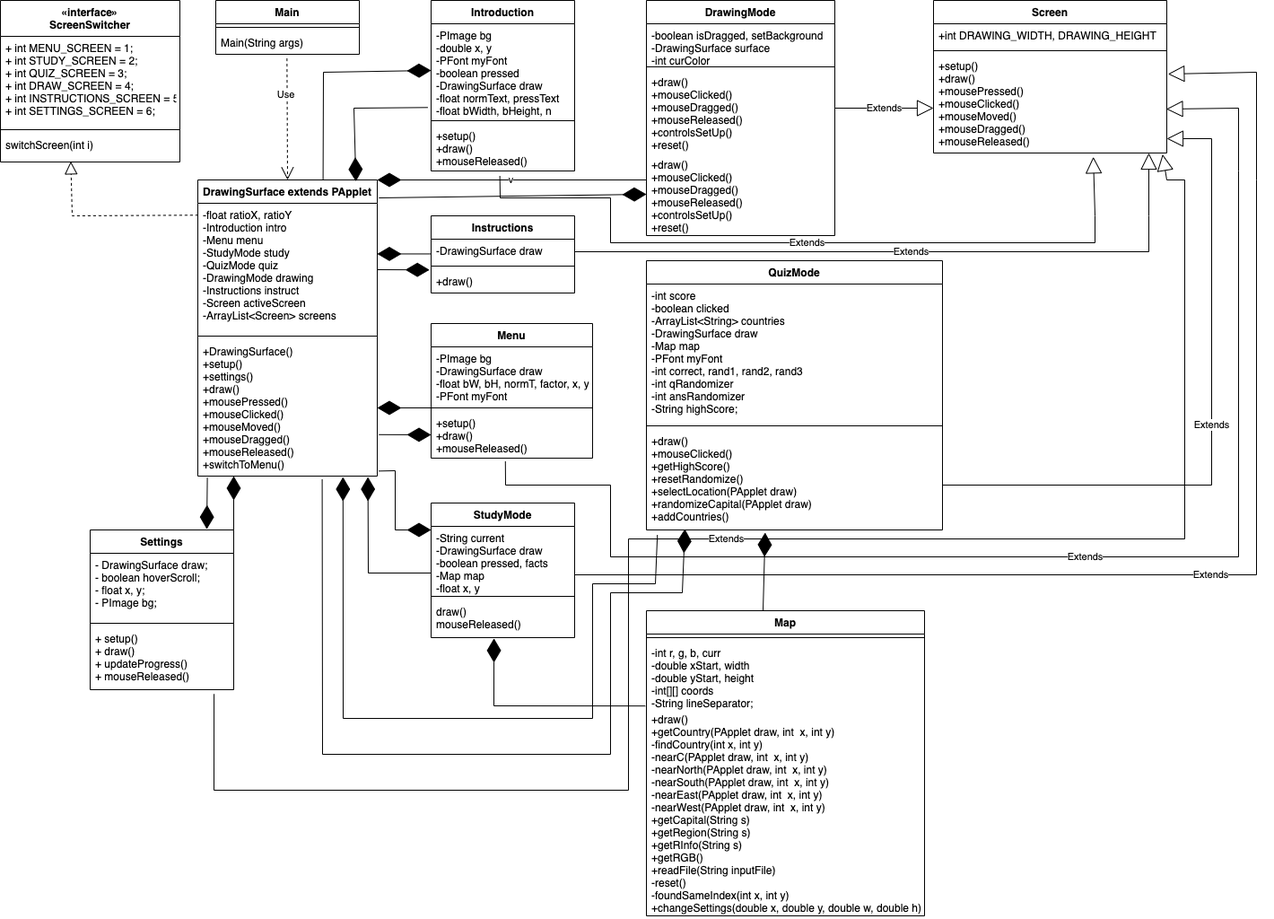
Before: CapstoneProject/doc/UML.png, a diagram exported from draw.io (HHSAPCompSci2021/capstoneproject-capstone-diya-onuva-aarushi-atlas). Source tidied: cells renumbered, new cells last; positions are measured from the earlier drawing's top-left corner, leaving out a move shared by most shapes.
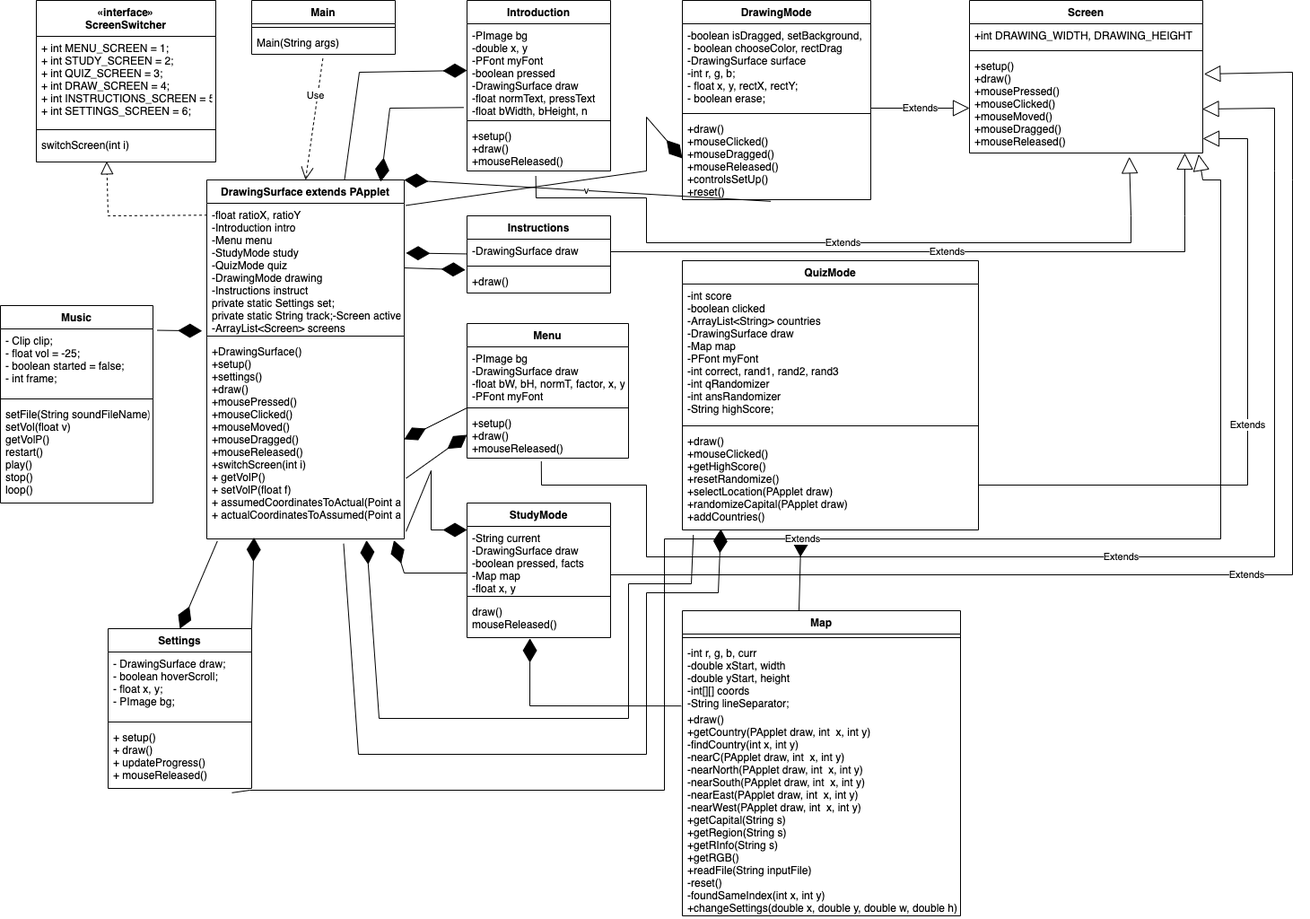
The same diagram one commit later.

The edit, as a diff of the source:
```diff
@@ -12,16 +12,16 @@
       <mxGeometry y="34" width="160" height="26" as="geometry" />
     </mxCell>
     <mxCell id="5" value="DrawingSurface extends PApplet" style="swimlane;fontStyle=1;align=center;verticalAlign=top;horizontal=1;startSize=26;" parent="1" vertex="1">
-      <mxGeometry x="220" y="200" width="200" height="330" as="geometry" />
+      <mxGeometry x="190" y="200" width="220" height="400" as="geometry" />
     </mxCell>
-    <mxCell id="6" value="-float ratioX, ratioY&#10;-Introduction intro&#10;-Menu menu&#10;-StudyMode study&#10;-QuizMode quiz&#10;-DrawingMode drawing&#10;-Instructions instruct&#10;-Screen activeScreen&#10;-ArrayList&lt;Screen&gt; screens" style="text;strokeColor=none;fillColor=none;align=left;verticalAlign=top;spacingLeft=4;spacingRight=4;overflow=hidden;points=[[0,0.5],[1,0.5]];portConstraint=eastwest;fontStyle=0;" parent="5" vertex="1">
-      <mxGeometry y="26" width="200" height="144" as="geometry" />
+    <mxCell id="6" value="-float ratioX, ratioY&#10;-Introduction intro&#10;-Menu menu&#10;-StudyMode study&#10;-QuizMode quiz&#10;-DrawingMode drawing&#10;-Instructions instruct&#10;private static Settings set;&#10;&#9;private static String track;-Screen activeScreen&#10;-ArrayList&lt;Screen&gt; screens" style="text;strokeColor=none;fillColor=none;align=left;verticalAlign=top;spacingLeft=4;spacingRight=4;overflow=hidden;points=[[0,0.5],[1,0.5]];portConstraint=eastwest;fontStyle=0;" parent="5" vertex="1">
+      <mxGeometry y="26" width="220" height="144" as="geometry" />
     </mxCell>
     <mxCell id="7" style="line;strokeWidth=1;fillColor=none;align=left;verticalAlign=middle;spacingTop=-1;spacingLeft=3;spacingRight=3;labelPosition=right;" parent="5" vertex="1">
-      <mxGeometry y="170" width="200" height="8" as="geometry" />
+      <mxGeometry y="170" width="220" height="8" as="geometry" />
     </mxCell>
-    <mxCell id="8" value="+DrawingSurface()&#10;+setup()&#10;+settings()&#10;+draw()&#10;+mousePressed()&#10;+mouseClicked()&#10;+mouseMoved()&#10;+mouseDragged()&#10;+mouseReleased()&#10;+switchToMenu()" style="text;strokeColor=none;fillColor=none;align=left;verticalAlign=top;spacingLeft=4;spacingRight=4;overflow=hidden;points=[[0,0.5],[1,0.5]];portConstraint=eastwest;" parent="5" vertex="1">
-      <mxGeometry y="178" width="200" height="152" as="geometry" />
+    <mxCell id="8" value="+DrawingSurface()&#10;+setup()&#10;+settings()&#10;+draw()&#10;+mousePressed()&#10;+mouseClicked()&#10;+mouseMoved()&#10;+mouseDragged()&#10;+mouseReleased()&#10;+switchScreen(int i)&#10;+ getVolP()&#10;+ setVolP(float f)&#10;+ assumedCoordinatesToActual(Point a)&#10;+ actualCoordinatesToAssumed(Point a)" style="text;strokeColor=none;fillColor=none;align=left;verticalAlign=top;spacingLeft=4;spacingRight=4;overflow=hidden;points=[[0,0.5],[1,0.5]];portConstraint=eastwest;" parent="5" vertex="1">
+      <mxGeometry y="178" width="220" height="222" as="geometry" />
     </mxCell>
     <mxCell id="9" value="Menu" style="swimlane;fontStyle=1;align=center;verticalAlign=top;horizontal=1;startSize=26;" parent="1" vertex="1">
       <mxGeometry x="480" y="360" width="180" height="150" as="geometry" />
@@ -36,19 +36,16 @@
       <mxGeometry y="98" width="180" height="52" as="geometry" />
     </mxCell>
     <mxCell id="13" value="DrawingMode" style="swimlane;fontStyle=1;align=center;verticalAlign=top;horizontal=1;startSize=26;" parent="1" vertex="1">
-      <mxGeometry x="720" width="210" height="262" as="geometry" />
+      <mxGeometry x="720" width="210" height="222" as="geometry" />
     </mxCell>
-    <mxCell id="14" value="-boolean isDragged, setBackground&#10;-DrawingSurface surface&#10;-int curColor" style="text;strokeColor=none;fillColor=none;align=left;verticalAlign=top;spacingLeft=4;spacingRight=4;overflow=hidden;" parent="13" vertex="1">
-      <mxGeometry y="26" width="210" height="44" as="geometry" />
+    <mxCell id="14" value="-boolean isDragged, setBackground, &#10;- boolean chooseColor, rectDrag&#10;-DrawingSurface surface&#10;-int r, g, b;&#10;- float x, y, rectX, rectY;&#10;&#9;- boolean erase;" style="text;strokeColor=none;fillColor=none;align=left;verticalAlign=top;spacingLeft=4;spacingRight=4;overflow=hidden;" parent="13" vertex="1">
+      <mxGeometry y="26" width="210" height="96" as="geometry" />
     </mxCell>
     <mxCell id="15" style="line;strokeWidth=1;fillColor=none;align=left;verticalAlign=middle;spacingTop=-1;spacingLeft=3;spacingRight=3;labelPosition=right;" parent="13" vertex="1">
-      <mxGeometry y="70" width="210" height="8" as="geometry" />
+      <mxGeometry y="122" width="210" height="8" as="geometry" />
     </mxCell>
-    <mxCell id="16" value="+draw()&#10;+mouseClicked()&#10;+mouseDragged()&#10;+mouseReleased()&#10;+controlsSetUp()&#10;+reset()" style="text;strokeColor=none;fillColor=none;align=left;verticalAlign=top;spacingLeft=4;spacingRight=4;overflow=hidden;" parent="13" vertex="1">
-      <mxGeometry y="78" width="210" height="92" as="geometry" />
-    </mxCell>
     <mxCell id="17" value="+draw()&#10;+mouseClicked()&#10;+mouseDragged()&#10;+mouseReleased()&#10;+controlsSetUp()&#10;+reset()" style="text;strokeColor=none;fillColor=none;align=left;verticalAlign=top;spacingLeft=4;spacingRight=4;overflow=hidden;points=[[0,0.5],[1,0.5]];portConstraint=eastwest;" parent="13" vertex="1">
-      <mxGeometry y="170" width="210" height="92" as="geometry" />
+      <mxGeometry y="130" width="210" height="92" as="geometry" />
     </mxCell>
     <mxCell id="18" value="StudyMode" style="swimlane;fontStyle=1;align=center;verticalAlign=top;horizontal=1;startSize=26;" parent="1" vertex="1">
       <mxGeometry x="480" y="560" width="160" height="150" as="geometry" />
@@ -280,30 +277,29 @@
         </Array>
       </mxGeometry>
     </mxCell>
-    <mxCell id="64" style="endArrow=diamondThin;endFill=1;endSize=24;html=1;rounded=0;entryX=0;entryY=0.5;entryDx=0;entryDy=0;exitX=1.009;exitY=0.696;exitDx=0;exitDy=0;exitPerimeter=0;" parent="1" edge="1">
+    <mxCell id="64" style="endArrow=diamondThin;endFill=1;endSize=24;html=1;rounded=0;entryX=0;entryY=0.5;entryDx=0;entryDy=0;exitX=1;exitY=0.5;exitDx=0;exitDy=0;" parent="1" edge="1" source="6">
       <mxGeometry relative="1" as="geometry">
-        <mxPoint x="420" y="300" as="sourcePoint" />
         <mxPoint x="478.2" y="300.2" as="targetPoint" />
       </mxGeometry>
     </mxCell>
-    <mxCell id="65" value="v" style="endArrow=diamondThin;endFill=1;endSize=24;html=1;rounded=0;entryX=1;entryY=0;entryDx=0;entryDy=0;" parent="1" edge="1" target="5">
-      <mxGeometry relative="1" as="geometry">
-        <mxPoint x="720" y="200" as="sourcePoint" />
-      </mxGeometry>
+    <mxCell id="65" value="v" style="endArrow=diamondThin;endFill=1;endSize=24;html=1;rounded=0;entryX=1;entryY=0;entryDx=0;entryDy=0;exitX=0.469;exitY=1.02;exitDx=0;exitDy=0;exitPerimeter=0;" parent="1" edge="1" source="17" target="5">
+      <mxGeometry relative="1" as="geometry" />
     </mxCell>
-    <mxCell id="66" style="endArrow=diamondThin;endFill=1;endSize=24;html=1;rounded=0;entryX=1;entryY=0.5;entryDx=0;entryDy=0;" parent="1" edge="1">
+    <mxCell id="66" style="endArrow=diamondThin;endFill=1;endSize=24;html=1;rounded=0;entryX=1.009;entryY=0.385;entryDx=0;entryDy=0;entryPerimeter=0;" parent="1" edge="1" target="6">
       <mxGeometry relative="1" as="geometry">
         <mxPoint x="480" y="282.4" as="sourcePoint" />
-        <mxPoint x="420" y="282.4" as="targetPoint" />
       </mxGeometry>
     </mxCell>
-    <mxCell id="67" style="endArrow=diamondThin;endFill=1;endSize=24;html=1;rounded=0;entryX=0;entryY=0.5;entryDx=0;entryDy=0;exitX=1.009;exitY=0.696;exitDx=0;exitDy=0;exitPerimeter=0;" parent="1" edge="1" target="17">
+    <mxCell id="67" style="endArrow=diamondThin;endFill=1;endSize=24;html=1;rounded=0;entryX=0;entryY=0.5;entryDx=0;entryDy=0;exitX=1.009;exitY=0.071;exitDx=0;exitDy=0;exitPerimeter=0;" parent="1" edge="1" source="5" target="17">
       <mxGeometry relative="1" as="geometry">
-        <mxPoint x="421.8" y="220" as="sourcePoint" />
+        <Array as="points">
+          <mxPoint x="680" y="190" />
+          <mxPoint x="680" y="130" />
+        </Array>
       </mxGeometry>
     </mxCell>
     <mxCell id="68" value="Settings" style="swimlane;fontStyle=1;align=center;verticalAlign=top;horizontal=1;startSize=26;" parent="1" vertex="1">
-      <mxGeometry x="100" y="590" width="160" height="178" as="geometry" />
+      <mxGeometry x="80" y="700" width="160" height="178" as="geometry" />
     </mxCell>
     <mxCell id="69" value="- DrawingSurface draw;&#10;&#9;- boolean hoverScroll;&#10;&#9;- float x, y;&#10;&#9;- PImage bg;" style="text;strokeColor=none;fillColor=none;align=left;verticalAlign=top;spacingLeft=4;spacingRight=4;overflow=hidden;" parent="68" vertex="1">
       <mxGeometry y="26" width="160" height="74" as="geometry" />
@@ -314,15 +310,11 @@
     <mxCell id="71" value="+ setup()&#10;+ draw()&#10;+ updateProgress()&#10;+ mouseReleased()" style="text;strokeColor=none;fillColor=none;align=left;verticalAlign=top;spacingLeft=4;spacingRight=4;overflow=hidden;points=[[0,0.5],[1,0.5]];portConstraint=eastwest;" parent="68" vertex="1">
       <mxGeometry y="108" width="160" height="70" as="geometry" />
     </mxCell>
-    <mxCell id="72" style="endArrow=diamondThin;endFill=1;endSize=24;html=1;rounded=0;exitX=1;exitY=0;exitDx=0;exitDy=0;" parent="1" edge="1" source="68">
-      <mxGeometry relative="1" as="geometry">
-        <mxPoint x="260" y="530" as="targetPoint" />
-      </mxGeometry>
+    <mxCell id="72" style="endArrow=diamondThin;endFill=1;endSize=24;html=1;rounded=0;exitX=1;exitY=0;exitDx=0;exitDy=0;entryX=0.239;entryY=0.993;entryDx=0;entryDy=0;entryPerimeter=0;" parent="1" edge="1" source="68" target="8">
+      <mxGeometry relative="1" as="geometry" />
     </mxCell>
-    <mxCell id="73" style="endArrow=diamondThin;endFill=1;endSize=24;html=1;rounded=0;entryX=1;entryY=0.5;entryDx=0;entryDy=0;exitX=0.053;exitY=1.012;exitDx=0;exitDy=0;exitPerimeter=0;" parent="1" edge="1" source="8">
-      <mxGeometry relative="1" as="geometry">
-        <mxPoint x="230" y="589.1" as="targetPoint" />
-      </mxGeometry>
+    <mxCell id="73" style="endArrow=diamondThin;endFill=1;endSize=24;html=1;rounded=0;entryX=0.5;entryY=0;entryDx=0;entryDy=0;exitX=0.053;exitY=1.012;exitDx=0;exitDy=0;exitPerimeter=0;" parent="1" edge="1" source="8" target="68">
+      <mxGeometry relative="1" as="geometry" />
     </mxCell>
     <mxCell id="74" value="Extends" style="endArrow=block;endSize=16;endFill=0;html=1;rounded=0;entryX=0.982;entryY=1.013;entryDx=0;entryDy=0;entryPerimeter=0;exitX=0.863;exitY=1.069;exitDx=0;exitDy=0;exitPerimeter=0;" parent="1" edge="1" source="71" target="35">
       <mxGeometry relative="1" as="geometry">
@@ -336,5 +328,20 @@
         </Array>
       </mxGeometry>
     </mxCell>
+    <mxCell id="75" value="Music" style="swimlane;fontStyle=1;align=center;verticalAlign=top;horizontal=1;startSize=26;" parent="1" vertex="1">
+      <mxGeometry x="-40" y="340" width="170" height="220" as="geometry" />
+    </mxCell>
+    <mxCell id="76" value="- Clip clip;&#10;- float vol = -25;&#10;- boolean started = false;&#10;&#9;&#9;- int frame;" style="text;strokeColor=none;fillColor=none;align=left;verticalAlign=top;spacingLeft=4;spacingRight=4;overflow=hidden;points=[[0,0.5],[1,0.5]];portConstraint=eastwest;" parent="75" vertex="1">
+      <mxGeometry y="26" width="170" height="74" as="geometry" />
+    </mxCell>
+    <mxCell id="77" style="line;strokeWidth=1;fillColor=none;align=left;verticalAlign=middle;spacingTop=-1;spacingLeft=3;spacingRight=3;labelPosition=right;" parent="75" vertex="1">
+      <mxGeometry y="100" width="170" height="8" as="geometry" />
+    </mxCell>
+    <mxCell id="78" value="setFile(String soundFileName)&#10;setVol(float v) &#10;getVolP() &#10;restart() &#10;play() &#10;stop()&#10;loop()" style="text;strokeColor=none;fillColor=none;align=left;verticalAlign=top;spacingLeft=4;spacingRight=4;overflow=hidden;" parent="75" vertex="1">
+      <mxGeometry y="108" width="170" height="112" as="geometry" />
+    </mxCell>
+    <mxCell id="79" style="endArrow=diamondThin;endFill=1;endSize=24;html=1;rounded=0;entryX=-0.024;entryY=-0.044;entryDx=0;entryDy=0;exitX=1.027;exitY=0.021;exitDx=0;exitDy=0;exitPerimeter=0;entryPerimeter=0;" parent="1" edge="1" source="76" target="8">
+      <mxGeometry relative="1" as="geometry" />
+    </mxCell>
   </root>
 </mxGraphModel>
```
